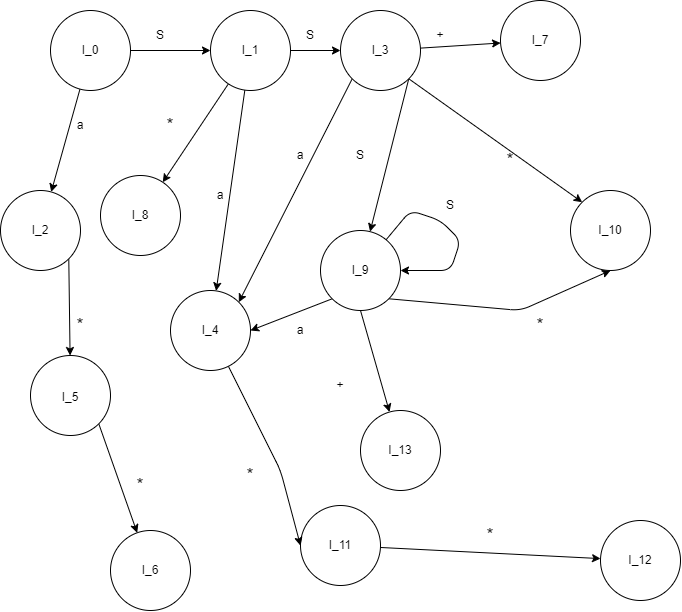
The draw.io diagram pics/homework7_2.png in geotle77/UCAS-Compiler_Priciples, before a commit. Source tidied: cells renumbered, new cells last; positions are measured from the earlier drawing's top-left corner, leaving out a move shared by most shapes. Its diagram source:
```xml
<mxGraphModel>
  <root>
    <mxCell id="0" />
    <mxCell id="1" parent="0" />
    <mxCell id="2" style="edgeStyle=none;html=1;" parent="1" edge="1" source="4" target="8">
      <mxGeometry relative="1" as="geometry" />
    </mxCell>
    <mxCell id="3" style="edgeStyle=none;html=1;" parent="1" edge="1" source="4" target="11">
      <mxGeometry relative="1" as="geometry" />
    </mxCell>
    <mxCell id="4" value="I_0" style="ellipse;whiteSpace=wrap;html=1;" parent="1" vertex="1">
      <mxGeometry x="50" y="10" width="80" height="80" as="geometry" />
    </mxCell>
    <mxCell id="5" style="edgeStyle=none;html=1;" parent="1" edge="1" source="8" target="17">
      <mxGeometry relative="1" as="geometry" />
    </mxCell>
    <mxCell id="6" style="edgeStyle=none;html=1;fontSize=12;" parent="1" edge="1" source="8" target="24">
      <mxGeometry relative="1" as="geometry" />
    </mxCell>
    <mxCell id="7" style="edgeStyle=none;html=1;fontSize=12;" parent="1" edge="1" source="8" target="41">
      <mxGeometry relative="1" as="geometry" />
    </mxCell>
    <mxCell id="8" value="I_1" style="ellipse;whiteSpace=wrap;html=1;" parent="1" vertex="1">
      <mxGeometry x="210" y="10" width="80" height="80" as="geometry" />
    </mxCell>
    <mxCell id="9" value="S" style="text;html=1;strokeColor=none;fillColor=none;align=center;verticalAlign=middle;whiteSpace=wrap;rounded=0;" parent="1" vertex="1">
      <mxGeometry x="130" y="20" width="60" height="30" as="geometry" />
    </mxCell>
    <mxCell id="10" style="edgeStyle=none;html=1;exitX=1;exitY=1;exitDx=0;exitDy=0;fontSize=18;" parent="1" edge="1" source="11" target="20">
      <mxGeometry relative="1" as="geometry" />
    </mxCell>
    <mxCell id="11" value="I_2" style="ellipse;whiteSpace=wrap;html=1;" parent="1" vertex="1">
      <mxGeometry y="190" width="80" height="80" as="geometry" />
    </mxCell>
    <mxCell id="12" value="a" style="text;html=1;strokeColor=none;fillColor=none;align=center;verticalAlign=middle;whiteSpace=wrap;rounded=0;" parent="1" vertex="1">
      <mxGeometry x="50" y="110" width="60" height="30" as="geometry" />
    </mxCell>
    <mxCell id="13" style="edgeStyle=none;html=1;fontSize=12;" parent="1" edge="1" source="17" target="22">
      <mxGeometry relative="1" as="geometry" />
    </mxCell>
    <mxCell id="14" style="edgeStyle=none;html=1;exitX=1;exitY=1;exitDx=0;exitDy=0;fontSize=12;" parent="1" edge="1" source="17" target="30">
      <mxGeometry relative="1" as="geometry" />
    </mxCell>
    <mxCell id="15" style="edgeStyle=none;html=1;exitX=0;exitY=1;exitDx=0;exitDy=0;entryX=1;entryY=0;entryDx=0;entryDy=0;fontSize=12;" parent="1" edge="1" source="17" target="41">
      <mxGeometry relative="1" as="geometry" />
    </mxCell>
    <mxCell id="16" style="edgeStyle=none;html=1;exitX=1;exitY=1;exitDx=0;exitDy=0;entryX=0;entryY=0;entryDx=0;entryDy=0;fontSize=12;" parent="1" edge="1" source="17" target="32">
      <mxGeometry relative="1" as="geometry" />
    </mxCell>
    <mxCell id="17" value="I_3" style="ellipse;whiteSpace=wrap;html=1;" parent="1" vertex="1">
      <mxGeometry x="340" y="10" width="80" height="80" as="geometry" />
    </mxCell>
    <mxCell id="18" value="S" style="text;html=1;strokeColor=none;fillColor=none;align=center;verticalAlign=middle;whiteSpace=wrap;rounded=0;" parent="1" vertex="1">
      <mxGeometry x="280" y="20" width="60" height="30" as="geometry" />
    </mxCell>
    <mxCell id="19" style="edgeStyle=none;html=1;exitX=1;exitY=1;exitDx=0;exitDy=0;fontSize=12;" parent="1" edge="1" source="20" target="36">
      <mxGeometry relative="1" as="geometry" />
    </mxCell>
    <mxCell id="20" value="&lt;span style=&quot;font-size: 12px;&quot;&gt;I_5&lt;/span&gt;" style="ellipse;whiteSpace=wrap;html=1;fontSize=18;" parent="1" vertex="1">
      <mxGeometry x="30" y="355" width="80" height="80" as="geometry" />
    </mxCell>
    <mxCell id="21" value="&lt;font style=&quot;font-size: 18px;&quot;&gt;*&lt;/font&gt;" style="text;html=1;strokeColor=none;fillColor=none;align=center;verticalAlign=middle;whiteSpace=wrap;rounded=0;" parent="1" vertex="1">
      <mxGeometry x="50" y="310" width="60" height="30" as="geometry" />
    </mxCell>
    <mxCell id="22" value="I_7" style="ellipse;whiteSpace=wrap;html=1;fontSize=12;" parent="1" vertex="1">
      <mxGeometry x="500" width="80" height="80" as="geometry" />
    </mxCell>
    <mxCell id="23" value="+" style="text;html=1;strokeColor=none;fillColor=none;align=center;verticalAlign=middle;whiteSpace=wrap;rounded=0;fontSize=12;" parent="1" vertex="1">
      <mxGeometry x="410" y="20" width="60" height="30" as="geometry" />
    </mxCell>
    <mxCell id="24" value="I_8" style="ellipse;whiteSpace=wrap;html=1;fontSize=12;" parent="1" vertex="1">
      <mxGeometry x="100" y="175" width="80" height="80" as="geometry" />
    </mxCell>
    <mxCell id="25" value="&lt;font style=&quot;font-size: 18px;&quot;&gt;*&lt;/font&gt;" style="text;html=1;strokeColor=none;fillColor=none;align=center;verticalAlign=middle;whiteSpace=wrap;rounded=0;" parent="1" vertex="1">
      <mxGeometry x="140" y="110" width="60" height="30" as="geometry" />
    </mxCell>
    <mxCell id="26" style="edgeStyle=none;html=1;fontSize=12;entryX=1;entryY=0.5;entryDx=0;entryDy=0;" parent="1" edge="1" source="30" target="30">
      <mxGeometry relative="1" as="geometry">
        <Array as="points">
          <mxPoint x="410" y="210" />
          <mxPoint x="440" y="220" />
          <mxPoint x="460" y="240" />
          <mxPoint x="450" y="270" />
        </Array>
      </mxGeometry>
    </mxCell>
    <mxCell id="27" style="edgeStyle=none;html=1;exitX=0;exitY=1;exitDx=0;exitDy=0;entryX=1;entryY=0.5;entryDx=0;entryDy=0;fontSize=12;" parent="1" edge="1" source="30" target="41">
      <mxGeometry relative="1" as="geometry" />
    </mxCell>
    <mxCell id="28" style="edgeStyle=none;html=1;exitX=0.5;exitY=1;exitDx=0;exitDy=0;fontSize=12;" parent="1" edge="1" source="30" target="47">
      <mxGeometry relative="1" as="geometry" />
    </mxCell>
    <mxCell id="29" style="edgeStyle=none;html=1;exitX=1;exitY=1;exitDx=0;exitDy=0;entryX=0.5;entryY=1;entryDx=0;entryDy=0;fontSize=12;" parent="1" edge="1" source="30" target="32">
      <mxGeometry relative="1" as="geometry">
        <Array as="points">
          <mxPoint x="520" y="310" />
        </Array>
      </mxGeometry>
    </mxCell>
    <mxCell id="30" value="I_9" style="ellipse;whiteSpace=wrap;html=1;fontSize=12;" parent="1" vertex="1">
      <mxGeometry x="320" y="230" width="80" height="80" as="geometry" />
    </mxCell>
    <mxCell id="31" value="S" style="text;html=1;strokeColor=none;fillColor=none;align=center;verticalAlign=middle;whiteSpace=wrap;rounded=0;fontSize=12;" parent="1" vertex="1">
      <mxGeometry x="330" y="140" width="60" height="30" as="geometry" />
    </mxCell>
    <mxCell id="32" value="I_10" style="ellipse;whiteSpace=wrap;html=1;fontSize=12;" parent="1" vertex="1">
      <mxGeometry x="570" y="190" width="80" height="80" as="geometry" />
    </mxCell>
    <mxCell id="33" value="S" style="text;html=1;strokeColor=none;fillColor=none;align=center;verticalAlign=middle;whiteSpace=wrap;rounded=0;fontSize=12;" parent="1" vertex="1">
      <mxGeometry x="420" y="190" width="60" height="30" as="geometry" />
    </mxCell>
    <mxCell id="34" style="edgeStyle=none;html=1;fontSize=12;" parent="1" edge="1" source="35" target="38">
      <mxGeometry relative="1" as="geometry" />
    </mxCell>
    <mxCell id="35" value="I_11" style="ellipse;whiteSpace=wrap;html=1;fontSize=12;" parent="1" vertex="1">
      <mxGeometry x="300" y="505" width="80" height="80" as="geometry" />
    </mxCell>
    <mxCell id="36" value="I_6" style="ellipse;whiteSpace=wrap;html=1;fontSize=12;" parent="1" vertex="1">
      <mxGeometry x="110" y="530" width="80" height="80" as="geometry" />
    </mxCell>
    <mxCell id="37" value="&lt;font style=&quot;font-size: 18px;&quot;&gt;*&lt;/font&gt;" style="text;html=1;strokeColor=none;fillColor=none;align=center;verticalAlign=middle;whiteSpace=wrap;rounded=0;" parent="1" vertex="1">
      <mxGeometry x="110" y="470" width="60" height="30" as="geometry" />
    </mxCell>
    <mxCell id="38" value="I_12" style="ellipse;whiteSpace=wrap;html=1;fontSize=12;" parent="1" vertex="1">
      <mxGeometry x="600" y="520" width="80" height="80" as="geometry" />
    </mxCell>
    <mxCell id="39" value="&lt;font style=&quot;font-size: 18px;&quot;&gt;*&lt;/font&gt;" style="text;html=1;strokeColor=none;fillColor=none;align=center;verticalAlign=middle;whiteSpace=wrap;rounded=0;" parent="1" vertex="1">
      <mxGeometry x="460" y="520" width="60" height="30" as="geometry" />
    </mxCell>
    <mxCell id="40" style="edgeStyle=none;html=1;entryX=0;entryY=0.5;entryDx=0;entryDy=0;fontSize=12;" parent="1" edge="1" source="41" target="35">
      <mxGeometry relative="1" as="geometry">
        <Array as="points">
          <mxPoint x="280" y="470" />
        </Array>
      </mxGeometry>
    </mxCell>
    <mxCell id="41" value="I_4" style="ellipse;whiteSpace=wrap;html=1;fontSize=12;" parent="1" vertex="1">
      <mxGeometry x="170" y="290" width="80" height="80" as="geometry" />
    </mxCell>
    <mxCell id="42" value="a" style="text;html=1;strokeColor=none;fillColor=none;align=center;verticalAlign=middle;whiteSpace=wrap;rounded=0;" parent="1" vertex="1">
      <mxGeometry x="190" y="180" width="60" height="30" as="geometry" />
    </mxCell>
    <mxCell id="43" value="a" style="text;html=1;strokeColor=none;fillColor=none;align=center;verticalAlign=middle;whiteSpace=wrap;rounded=0;" parent="1" vertex="1">
      <mxGeometry x="270" y="140" width="60" height="30" as="geometry" />
    </mxCell>
    <mxCell id="44" value="&lt;font style=&quot;font-size: 18px;&quot;&gt;*&lt;/font&gt;" style="text;html=1;strokeColor=none;fillColor=none;align=center;verticalAlign=middle;whiteSpace=wrap;rounded=0;" parent="1" vertex="1">
      <mxGeometry x="480" y="145" width="60" height="30" as="geometry" />
    </mxCell>
    <mxCell id="45" value="&lt;font style=&quot;font-size: 18px;&quot;&gt;*&lt;/font&gt;" style="text;html=1;strokeColor=none;fillColor=none;align=center;verticalAlign=middle;whiteSpace=wrap;rounded=0;" parent="1" vertex="1">
      <mxGeometry x="220" y="460" width="60" height="30" as="geometry" />
    </mxCell>
    <mxCell id="46" value="a" style="text;html=1;strokeColor=none;fillColor=none;align=center;verticalAlign=middle;whiteSpace=wrap;rounded=0;" parent="1" vertex="1">
      <mxGeometry x="270" y="315" width="60" height="30" as="geometry" />
    </mxCell>
    <mxCell id="47" value="I_13" style="ellipse;whiteSpace=wrap;html=1;fontSize=12;" parent="1" vertex="1">
      <mxGeometry x="360" y="410" width="80" height="80" as="geometry" />
    </mxCell>
    <mxCell id="48" value="+" style="text;html=1;strokeColor=none;fillColor=none;align=center;verticalAlign=middle;whiteSpace=wrap;rounded=0;fontSize=12;" parent="1" vertex="1">
      <mxGeometry x="310" y="370" width="60" height="30" as="geometry" />
    </mxCell>
    <mxCell id="49" value="&lt;font style=&quot;font-size: 18px;&quot;&gt;*&lt;/font&gt;" style="text;html=1;strokeColor=none;fillColor=none;align=center;verticalAlign=middle;whiteSpace=wrap;rounded=0;" parent="1" vertex="1">
      <mxGeometry x="510" y="310" width="60" height="30" as="geometry" />
    </mxCell>
  </root>
</mxGraphModel>
```
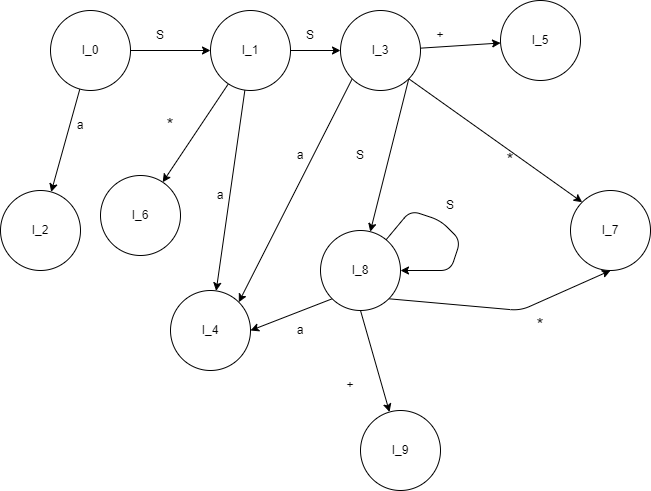
Later version of the same file.

The edit, as a diff of the source:
```diff
@@ -26,9 +26,6 @@
     <mxCell id="9" value="S" style="text;html=1;strokeColor=none;fillColor=none;align=center;verticalAlign=middle;whiteSpace=wrap;rounded=0;" parent="1" vertex="1">
       <mxGeometry x="130" y="20" width="60" height="30" as="geometry" />
     </mxCell>
-    <mxCell id="10" style="edgeStyle=none;html=1;exitX=1;exitY=1;exitDx=0;exitDy=0;fontSize=18;" parent="1" edge="1" source="11" target="20">
-      <mxGeometry relative="1" as="geometry" />
-    </mxCell>
     <mxCell id="11" value="I_2" style="ellipse;whiteSpace=wrap;html=1;" parent="1" vertex="1">
       <mxGeometry y="190" width="80" height="80" as="geometry" />
     </mxCell>
@@ -53,22 +50,13 @@
     <mxCell id="18" value="S" style="text;html=1;strokeColor=none;fillColor=none;align=center;verticalAlign=middle;whiteSpace=wrap;rounded=0;" parent="1" vertex="1">
       <mxGeometry x="280" y="20" width="60" height="30" as="geometry" />
     </mxCell>
-    <mxCell id="19" style="edgeStyle=none;html=1;exitX=1;exitY=1;exitDx=0;exitDy=0;fontSize=12;" parent="1" edge="1" source="20" target="36">
-      <mxGeometry relative="1" as="geometry" />
-    </mxCell>
-    <mxCell id="20" value="&lt;span style=&quot;font-size: 12px;&quot;&gt;I_5&lt;/span&gt;" style="ellipse;whiteSpace=wrap;html=1;fontSize=18;" parent="1" vertex="1">
-      <mxGeometry x="30" y="355" width="80" height="80" as="geometry" />
-    </mxCell>
-    <mxCell id="21" value="&lt;font style=&quot;font-size: 18px;&quot;&gt;*&lt;/font&gt;" style="text;html=1;strokeColor=none;fillColor=none;align=center;verticalAlign=middle;whiteSpace=wrap;rounded=0;" parent="1" vertex="1">
-      <mxGeometry x="50" y="310" width="60" height="30" as="geometry" />
-    </mxCell>
-    <mxCell id="22" value="I_7" style="ellipse;whiteSpace=wrap;html=1;fontSize=12;" parent="1" vertex="1">
+    <mxCell id="22" value="I_5" style="ellipse;whiteSpace=wrap;html=1;fontSize=12;" parent="1" vertex="1">
       <mxGeometry x="500" width="80" height="80" as="geometry" />
     </mxCell>
     <mxCell id="23" value="+" style="text;html=1;strokeColor=none;fillColor=none;align=center;verticalAlign=middle;whiteSpace=wrap;rounded=0;fontSize=12;" parent="1" vertex="1">
       <mxGeometry x="410" y="20" width="60" height="30" as="geometry" />
     </mxCell>
-    <mxCell id="24" value="I_8" style="ellipse;whiteSpace=wrap;html=1;fontSize=12;" parent="1" vertex="1">
+    <mxCell id="24" value="I_6" style="ellipse;whiteSpace=wrap;html=1;fontSize=12;" parent="1" vertex="1">
       <mxGeometry x="100" y="175" width="80" height="80" as="geometry" />
     </mxCell>
     <mxCell id="25" value="&lt;font style=&quot;font-size: 18px;&quot;&gt;*&lt;/font&gt;" style="text;html=1;strokeColor=none;fillColor=none;align=center;verticalAlign=middle;whiteSpace=wrap;rounded=0;" parent="1" vertex="1">
@@ -97,43 +85,18 @@
         </Array>
       </mxGeometry>
     </mxCell>
-    <mxCell id="30" value="I_9" style="ellipse;whiteSpace=wrap;html=1;fontSize=12;" parent="1" vertex="1">
+    <mxCell id="30" value="I_8" style="ellipse;whiteSpace=wrap;html=1;fontSize=12;" parent="1" vertex="1">
       <mxGeometry x="320" y="230" width="80" height="80" as="geometry" />
     </mxCell>
     <mxCell id="31" value="S" style="text;html=1;strokeColor=none;fillColor=none;align=center;verticalAlign=middle;whiteSpace=wrap;rounded=0;fontSize=12;" parent="1" vertex="1">
       <mxGeometry x="330" y="140" width="60" height="30" as="geometry" />
     </mxCell>
-    <mxCell id="32" value="I_10" style="ellipse;whiteSpace=wrap;html=1;fontSize=12;" parent="1" vertex="1">
+    <mxCell id="32" value="I_7" style="ellipse;whiteSpace=wrap;html=1;fontSize=12;" parent="1" vertex="1">
       <mxGeometry x="570" y="190" width="80" height="80" as="geometry" />
     </mxCell>
     <mxCell id="33" value="S" style="text;html=1;strokeColor=none;fillColor=none;align=center;verticalAlign=middle;whiteSpace=wrap;rounded=0;fontSize=12;" parent="1" vertex="1">
       <mxGeometry x="420" y="190" width="60" height="30" as="geometry" />
     </mxCell>
-    <mxCell id="34" style="edgeStyle=none;html=1;fontSize=12;" parent="1" edge="1" source="35" target="38">
-      <mxGeometry relative="1" as="geometry" />
-    </mxCell>
-    <mxCell id="35" value="I_11" style="ellipse;whiteSpace=wrap;html=1;fontSize=12;" parent="1" vertex="1">
-      <mxGeometry x="300" y="505" width="80" height="80" as="geometry" />
-    </mxCell>
-    <mxCell id="36" value="I_6" style="ellipse;whiteSpace=wrap;html=1;fontSize=12;" parent="1" vertex="1">
-      <mxGeometry x="110" y="530" width="80" height="80" as="geometry" />
-    </mxCell>
-    <mxCell id="37" value="&lt;font style=&quot;font-size: 18px;&quot;&gt;*&lt;/font&gt;" style="text;html=1;strokeColor=none;fillColor=none;align=center;verticalAlign=middle;whiteSpace=wrap;rounded=0;" parent="1" vertex="1">
-      <mxGeometry x="110" y="470" width="60" height="30" as="geometry" />
-    </mxCell>
-    <mxCell id="38" value="I_12" style="ellipse;whiteSpace=wrap;html=1;fontSize=12;" parent="1" vertex="1">
-      <mxGeometry x="600" y="520" width="80" height="80" as="geometry" />
-    </mxCell>
-    <mxCell id="39" value="&lt;font style=&quot;font-size: 18px;&quot;&gt;*&lt;/font&gt;" style="text;html=1;strokeColor=none;fillColor=none;align=center;verticalAlign=middle;whiteSpace=wrap;rounded=0;" parent="1" vertex="1">
-      <mxGeometry x="460" y="520" width="60" height="30" as="geometry" />
-    </mxCell>
-    <mxCell id="40" style="edgeStyle=none;html=1;entryX=0;entryY=0.5;entryDx=0;entryDy=0;fontSize=12;" parent="1" edge="1" source="41" target="35">
-      <mxGeometry relative="1" as="geometry">
-        <Array as="points">
-          <mxPoint x="280" y="470" />
-        </Array>
-      </mxGeometry>
-    </mxCell>
     <mxCell id="41" value="I_4" style="ellipse;whiteSpace=wrap;html=1;fontSize=12;" parent="1" vertex="1">
       <mxGeometry x="170" y="290" width="80" height="80" as="geometry" />
     </mxCell>
@@ -146,17 +109,14 @@
     <mxCell id="44" value="&lt;font style=&quot;font-size: 18px;&quot;&gt;*&lt;/font&gt;" style="text;html=1;strokeColor=none;fillColor=none;align=center;verticalAlign=middle;whiteSpace=wrap;rounded=0;" parent="1" vertex="1">
       <mxGeometry x="480" y="145" width="60" height="30" as="geometry" />
     </mxCell>
-    <mxCell id="45" value="&lt;font style=&quot;font-size: 18px;&quot;&gt;*&lt;/font&gt;" style="text;html=1;strokeColor=none;fillColor=none;align=center;verticalAlign=middle;whiteSpace=wrap;rounded=0;" parent="1" vertex="1">
-      <mxGeometry x="220" y="460" width="60" height="30" as="geometry" />
-    </mxCell>
     <mxCell id="46" value="a" style="text;html=1;strokeColor=none;fillColor=none;align=center;verticalAlign=middle;whiteSpace=wrap;rounded=0;" parent="1" vertex="1">
       <mxGeometry x="270" y="315" width="60" height="30" as="geometry" />
     </mxCell>
-    <mxCell id="47" value="I_13" style="ellipse;whiteSpace=wrap;html=1;fontSize=12;" parent="1" vertex="1">
+    <mxCell id="47" value="I_9" style="ellipse;whiteSpace=wrap;html=1;fontSize=12;" parent="1" vertex="1">
       <mxGeometry x="360" y="410" width="80" height="80" as="geometry" />
     </mxCell>
     <mxCell id="48" value="+" style="text;html=1;strokeColor=none;fillColor=none;align=center;verticalAlign=middle;whiteSpace=wrap;rounded=0;fontSize=12;" parent="1" vertex="1">
-      <mxGeometry x="310" y="370" width="60" height="30" as="geometry" />
+      <mxGeometry x="320" y="370" width="60" height="30" as="geometry" />
     </mxCell>
     <mxCell id="49" value="&lt;font style=&quot;font-size: 18px;&quot;&gt;*&lt;/font&gt;" style="text;html=1;strokeColor=none;fillColor=none;align=center;verticalAlign=middle;whiteSpace=wrap;rounded=0;" parent="1" vertex="1">
       <mxGeometry x="510" y="310" width="60" height="30" as="geometry" />
```
